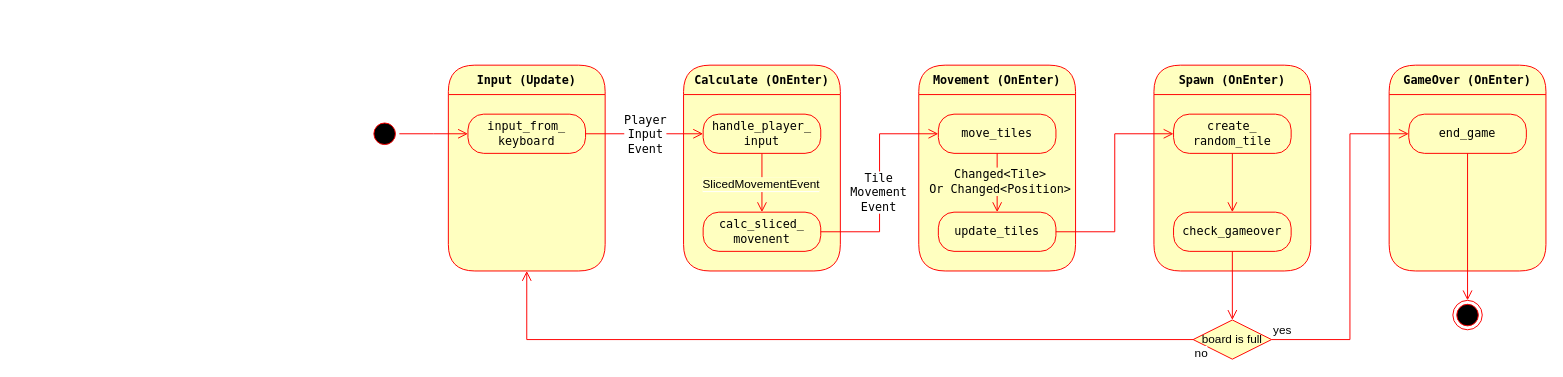
Earlier version of the draw.io diagram fig/bevy2048_states.drawio (dragoon8192/bevy_2048). Source tidied: cells renumbered, new cells numbered last; positions are measured from the earlier drawing's top-left corner, leaving out a move shared by most shapes. Both pictures are drawn from the tidied source at 98%, with x=0, y=0 at pixel (369, 65).
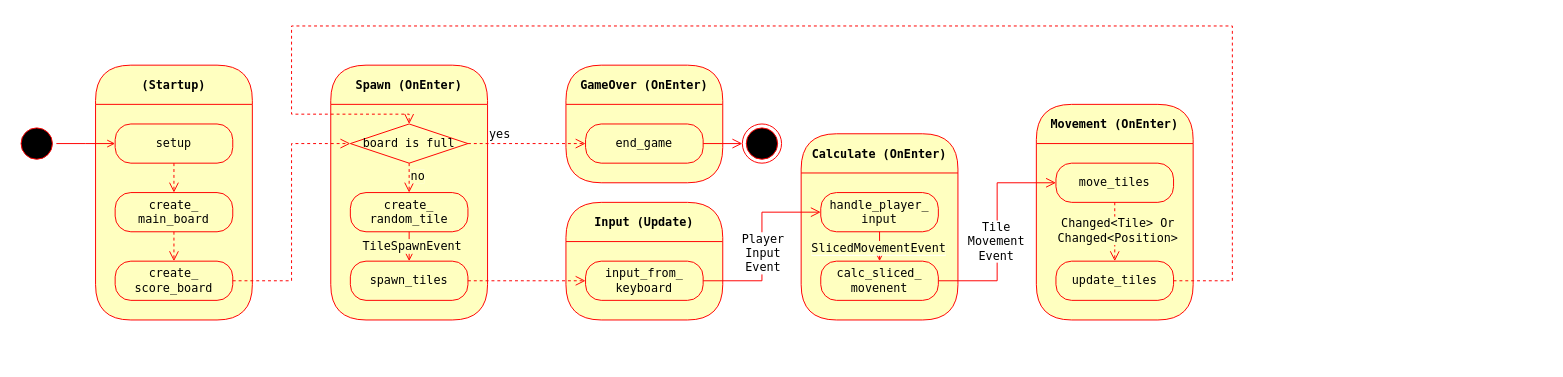
Above is the later version.

Commit message:
bevy2048_states.drawio を更新します

Diff of the diagram source:
```diff
@@
-    <mxCell id="2" value="GameOver (OnEnter)" style="swimlane;fontStyle=1;align=center;verticalAlign=middle;horizontal=1;startSize=30;fontColor=#000000;rounded=1;arcSize=30;strokeColor=#ff0000;fillColor=#ffffc0;swimlaneFillColor=#ffffc0;fontFamily=Lucida Console;" parent="1" vertex="1">
-      <mxGeometry x="1040" width="160" height="210" as="geometry" />
-    </mxCell>
-    <mxCell id="3" value="Spawn (OnEnter)" style="swimlane;fontStyle=1;align=center;verticalAlign=middle;horizontal=1;startSize=30;fontColor=#000000;rounded=1;arcSize=30;strokeColor=#ff0000;fillColor=#ffffc0;swimlaneFillColor=#ffffc0;fontFamily=Lucida Console;" parent="1" vertex="1">
-      <mxGeometry x="800" width="160" height="210" as="geometry" />
-    </mxCell>
-    <mxCell id="4" value="Movement (OnEnter)" style="swimlane;fontStyle=1;align=center;verticalAlign=middle;horizontal=1;startSize=30;fontColor=#000000;rounded=1;arcSize=30;strokeColor=#ff0000;fillColor=#ffffc0;swimlaneFillColor=#ffffc0;fontFamily=Lucida Console;" parent="1" vertex="1">
-      <mxGeometry x="560" width="160" height="210" as="geometry" />
-    </mxCell>
-    <mxCell id="5" value="Calculate (OnEnter)" style="swimlane;fontStyle=1;align=center;verticalAlign=middle;horizontal=1;startSize=30;fontColor=#000000;rounded=1;arcSize=30;strokeColor=#ff0000;fillColor=#ffffc0;swimlaneFillColor=#ffffc0;fontFamily=Lucida Console;" parent="1" vertex="1">
-      <mxGeometry x="320" width="160" height="210" as="geometry" />
-    </mxCell>
+    <mxCell id="33" style="group;" parent="1" vertex="1">
+      <mxGeometry x="200" y="140" width="160" height="120" as="geometry" />
+    </mxCell>
-    <mxCell id="6" value="Input (Update)" style="swimlane;fontStyle=1;align=center;verticalAlign=middle;horizontal=1;startSize=30;fontColor=#000000;rounded=1;arcSize=30;strokeColor=#ff0000;fillColor=#ffffc0;swimlaneFillColor=#ffffc0;fontFamily=Lucida Console;" parent="1" vertex="1">
-      <mxGeometry x="80" width="160" height="210" as="geometry" />
+    <mxCell id="6" value="Input (Update)" style="swimlane;fontStyle=1;align=center;verticalAlign=middle;horizontal=1;startSize=40;fontColor=#000000;rounded=1;arcSize=30;strokeColor=#ff0000;fillColor=#ffffc0;swimlaneFillColor=#ffffc0;fontFamily=Lucida Console;" parent="33" vertex="1">
+      <mxGeometry width="160" height="120" as="geometry" />
     </mxCell>
-    <mxCell id="7" value="input_from_&lt;br&gt;keyboard" style="rounded=1;whiteSpace=wrap;html=1;arcSize=40;fontColor=#000000;fillColor=#ffffc0;strokeColor=#ff0000;fontFamily=Lucida Console;" parent="1" vertex="1">
-      <mxGeometry x="100" y="50" width="120" height="40" as="geometry" />
+    <mxCell id="7" value="input_from_&lt;br&gt;keyboard" style="rounded=1;whiteSpace=wrap;html=1;arcSize=40;fontColor=#000000;fillColor=#ffffc0;strokeColor=#ff0000;fontFamily=Lucida Console;" parent="33" vertex="1">
+      <mxGeometry x="20" y="60" width="120" height="40" as="geometry" />
     </mxCell>
-    <mxCell id="8" style="edgeStyle=orthogonalEdgeStyle;html=1;verticalAlign=bottom;endArrow=open;endSize=8;strokeColor=#ff0000;rounded=0;fontSize=12;" parent="1" edge="1" source="7" target="10">
-      <mxGeometry relative="1" as="geometry" />
-    </mxCell>
-    <mxCell id="9" value="Player&lt;br&gt;Input&lt;br&gt;Event" style="edgeLabel;html=1;align=center;verticalAlign=middle;fontSize=12;fontFamily=Lucida Console;" parent="8" vertex="1">
-      <mxGeometry x="-0.1" y="1" relative="1" as="geometry">
-        <mxPoint x="6" y="1" as="offset" />
-      </mxGeometry>
-    </mxCell>
+    <mxCell id="34" style="edgeStyle=none;curved=1;rounded=0;orthogonalLoop=1;jettySize=auto;html=1;exitX=0.5;exitY=0;exitDx=0;exitDy=0;fontSize=12;startSize=8;endSize=8;fontFamily=Lucida Console;" parent="33" edge="1" source="6" target="6">
+      <mxGeometry relative="1" as="geometry" />
+    </mxCell>
+    <mxCell id="35" style="group;" parent="1" vertex="1">
+      <mxGeometry x="440" y="70" width="160" height="190" as="geometry" />
+    </mxCell>
+    <mxCell id="5" value="Calculate (OnEnter)" style="swimlane;fontStyle=1;align=center;verticalAlign=middle;horizontal=1;startSize=40;fontColor=#000000;rounded=1;arcSize=30;strokeColor=#ff0000;fillColor=#ffffc0;swimlaneFillColor=#ffffc0;fontFamily=Lucida Console;" parent="35" vertex="1">
+      <mxGeometry width="160" height="190" as="geometry" />
+    </mxCell>
-    <mxCell id="10" value="handle_player_&lt;br&gt;input" style="rounded=1;whiteSpace=wrap;html=1;arcSize=40;fontColor=#000000;fillColor=#ffffc0;strokeColor=#ff0000;fontFamily=Lucida Console;" parent="1" vertex="1">
-      <mxGeometry x="340" y="50" width="120" height="40" as="geometry" />
+    <mxCell id="10" value="handle_player_&lt;br&gt;input" style="rounded=1;whiteSpace=wrap;html=1;arcSize=40;fontColor=#000000;fillColor=#ffffc0;strokeColor=#ff0000;fontFamily=Lucida Console;" parent="35" vertex="1">
+      <mxGeometry x="20" y="60" width="120" height="40" as="geometry" />
     </mxCell>
-    <mxCell id="11" style="edgeStyle=orthogonalEdgeStyle;html=1;verticalAlign=bottom;endArrow=open;endSize=8;strokeColor=#ff0000;rounded=0;fontSize=12;" parent="1" edge="1" source="10" target="13">
+    <mxCell id="11" style="edgeStyle=orthogonalEdgeStyle;html=1;verticalAlign=bottom;endArrow=open;endSize=8;strokeColor=#ff0000;rounded=0;fontSize=12;fontFamily=Lucida Console;" parent="35" edge="1" source="10" target="13">
       <mxGeometry relative="1" as="geometry" />
     </mxCell>
-    <mxCell id="12" value="&lt;span style=&quot;background-color: rgb(255, 255, 192);&quot;&gt;SlicedMovementEvent&lt;/span&gt;" style="edgeLabel;html=1;align=center;verticalAlign=middle;fontSize=12;swimlaneFillColor=#ffffff;" parent="11" vertex="1">
+    <mxCell id="12" value="&lt;span style=&quot;background-color: rgb(255, 255, 192);&quot;&gt;SlicedMovementEvent&lt;/span&gt;" style="edgeLabel;html=1;align=center;verticalAlign=middle;fontSize=12;swimlaneFillColor=#ffffff;fontFamily=Lucida Console;" parent="11" vertex="1">
       <mxGeometry x="0.04" y="-2" relative="1" as="geometry" />
     </mxCell>
-    <mxCell id="13" value="calc_sliced_&lt;br&gt;movenent" style="rounded=1;whiteSpace=wrap;html=1;arcSize=40;fontColor=#000000;fillColor=#ffffc0;strokeColor=#ff0000;fontFamily=Lucida Console;" parent="1" vertex="1">
-      <mxGeometry x="340" y="150" width="120" height="40" as="geometry" />
+    <mxCell id="13" value="calc_sliced_&lt;br&gt;movenent" style="rounded=1;whiteSpace=wrap;html=1;arcSize=40;fontColor=#000000;fillColor=#ffffc0;strokeColor=#ff0000;fontFamily=Lucida Console;" parent="35" vertex="1">
+      <mxGeometry x="20" y="130" width="120" height="40" as="geometry" />
     </mxCell>
+    <mxCell id="36" style="group;fontFamily=Lucida Console;" parent="1" vertex="1">
+      <mxGeometry x="200" width="160" height="120" as="geometry" />
+    </mxCell>
+    <mxCell id="2" value="GameOver (OnEnter)" style="swimlane;fontStyle=1;align=center;verticalAlign=middle;horizontal=1;startSize=40;fontColor=#000000;rounded=1;arcSize=30;strokeColor=#ff0000;fillColor=#ffffc0;swimlaneFillColor=#ffffc0;fontFamily=Lucida Console;" parent="36" vertex="1">
+      <mxGeometry width="160" height="120" as="geometry" />
+    </mxCell>
+    <mxCell id="28" value="end_game" style="rounded=1;whiteSpace=wrap;html=1;arcSize=40;fontColor=#000000;fillColor=#ffffc0;strokeColor=#ff0000;fontFamily=Lucida Console;" parent="36" vertex="1">
+      <mxGeometry x="20" y="60" width="120" height="40" as="geometry" />
+    </mxCell>
+    <mxCell id="37" style="group;fontFamily=Lucida Console;" parent="1" vertex="1">
+      <mxGeometry x="-40" width="160" height="260" as="geometry" />
+    </mxCell>
+    <mxCell id="3" value="Spawn (OnEnter)" style="swimlane;fontStyle=1;align=center;verticalAlign=middle;horizontal=1;startSize=40;fontColor=#000000;rounded=1;arcSize=30;strokeColor=#ff0000;fillColor=#ffffc0;swimlaneFillColor=#ffffc0;fontFamily=Lucida Console;" parent="37" vertex="1">
+      <mxGeometry width="160" height="260" as="geometry" />
+    </mxCell>
+    <mxCell id="21" value="create_&lt;br&gt;random_tile" style="rounded=1;whiteSpace=wrap;html=1;arcSize=40;fontColor=#000000;fillColor=#ffffc0;strokeColor=#ff0000;fontFamily=Lucida Console;" parent="37" vertex="1">
+      <mxGeometry x="20" y="130" width="120" height="40" as="geometry" />
+    </mxCell>
+    <mxCell id="25" value="board is full" style="rhombus;whiteSpace=wrap;html=1;fontColor=#000000;fillColor=#ffffc0;strokeColor=#ff0000;fontFamily=Lucida Console;" parent="37" vertex="1">
+      <mxGeometry x="20" y="60" width="120" height="40" as="geometry" />
+    </mxCell>
+    <mxCell id="27" value="&lt;span style=&quot;background-color: rgb(255, 255, 192);&quot;&gt;no&lt;/span&gt;" style="edgeStyle=orthogonalEdgeStyle;html=1;align=left;verticalAlign=top;endArrow=open;endSize=8;strokeColor=#ff0000;rounded=0;fontSize=12;dashed=1;fontFamily=Lucida Console;" parent="37" edge="1" source="25" target="21">
+      <mxGeometry x="-1" relative="1" as="geometry" />
+    </mxCell>
+    <mxCell id="38" value="spawn_tiles" style="rounded=1;whiteSpace=wrap;html=1;arcSize=40;fontColor=#000000;fillColor=#ffffc0;strokeColor=#ff0000;fontFamily=Lucida Console;" parent="37" vertex="1">
+      <mxGeometry x="20" y="200" width="120" height="40" as="geometry" />
+    </mxCell>
+    <mxCell id="39" style="edgeStyle=orthogonalEdgeStyle;html=1;verticalAlign=bottom;endArrow=open;endSize=8;strokeColor=#ff0000;rounded=0;fontSize=12;exitX=0.5;exitY=1;exitDx=0;exitDy=0;fontFamily=Lucida Console;" parent="37" edge="1" source="21" target="38">
+      <mxGeometry relative="1" as="geometry" />
+    </mxCell>
+    <mxCell id="40" value="&lt;font&gt;TileSpawnEvent&lt;/font&gt;" style="edgeLabel;html=1;align=center;verticalAlign=middle;fontSize=12;labelBackgroundColor=#ffffc0;fontFamily=Lucida Console;" parent="39" vertex="1">
+      <mxGeometry x="-0.08" y="2" relative="1" as="geometry" />
+    </mxCell>
+    <mxCell id="41" style="group;fontFamily=Lucida Console;" parent="1" vertex="1">
+      <mxGeometry x="-280" width="160" height="260" as="geometry" />
+    </mxCell>
+    <mxCell id="42" value="(Startup)" style="swimlane;fontStyle=1;align=center;verticalAlign=middle;horizontal=1;startSize=40;fontColor=#000000;rounded=1;arcSize=30;strokeColor=#ff0000;fillColor=#ffffc0;swimlaneFillColor=#ffffc0;fontFamily=Lucida Console;" parent="41" vertex="1">
+      <mxGeometry width="160" height="260" as="geometry" />
+    </mxCell>
+    <mxCell id="43" value="setup" style="rounded=1;whiteSpace=wrap;html=1;arcSize=40;fontColor=#000000;fillColor=#ffffc0;strokeColor=#ff0000;fontFamily=Lucida Console;" parent="41" vertex="1">
+      <mxGeometry x="20" y="60" width="120" height="40" as="geometry" />
+    </mxCell>
+    <mxCell id="44" style="edgeStyle=orthogonalEdgeStyle;html=1;verticalAlign=bottom;endArrow=open;endSize=8;strokeColor=#ff0000;rounded=0;fontSize=12;dashed=1;fontFamily=Lucida Console;" parent="41" edge="1" source="43" target="45">
+      <mxGeometry relative="1" as="geometry" />
+    </mxCell>
+    <mxCell id="45" value="create_&lt;br&gt;main_board" style="rounded=1;whiteSpace=wrap;html=1;arcSize=40;fontColor=#000000;fillColor=#ffffc0;strokeColor=#ff0000;fontFamily=Lucida Console;" parent="41" vertex="1">
+      <mxGeometry x="20" y="130" width="120" height="40" as="geometry" />
+    </mxCell>
+    <mxCell id="46" style="edgeStyle=orthogonalEdgeStyle;html=1;verticalAlign=bottom;endArrow=open;endSize=8;strokeColor=#ff0000;rounded=0;fontSize=12;dashed=1;fontFamily=Lucida Console;" parent="41" edge="1" source="45" target="47">
+      <mxGeometry relative="1" as="geometry" />
+    </mxCell>
+    <mxCell id="47" value="create_&lt;br&gt;score_board" style="rounded=1;whiteSpace=wrap;html=1;arcSize=40;fontColor=#000000;fillColor=#ffffc0;strokeColor=#ff0000;fontFamily=Lucida Console;" parent="41" vertex="1">
+      <mxGeometry x="20" y="200" width="120" height="40" as="geometry" />
+    </mxCell>
+    <mxCell id="4" value="Movement (OnEnter)" style="swimlane;fontStyle=1;align=center;verticalAlign=middle;horizontal=1;startSize=40;fontColor=#000000;rounded=1;arcSize=30;strokeColor=#ff0000;fillColor=#ffffc0;swimlaneFillColor=#ffffc0;fontFamily=Lucida Console;" parent="1" vertex="1">
+      <mxGeometry x="680" y="40" width="160" height="220" as="geometry" />
+    </mxCell>
+    <mxCell id="8" style="edgeStyle=elbowEdgeStyle;html=1;verticalAlign=bottom;endArrow=open;endSize=8;strokeColor=#ff0000;rounded=0;fontSize=12;fontFamily=Lucida Console;" parent="1" edge="1" source="7" target="10">
+      <mxGeometry relative="1" as="geometry" />
+    </mxCell>
+    <mxCell id="9" value="Player&lt;br&gt;Input&lt;br&gt;Event" style="edgeLabel;html=1;align=center;verticalAlign=middle;fontSize=12;fontFamily=Lucida Console;" parent="8" vertex="1">
+      <mxGeometry x="-0.1" y="1" relative="1" as="geometry">
+        <mxPoint x="1" y="-3" as="offset" />
+      </mxGeometry>
+    </mxCell>
-    <mxCell id="14" style="edgeStyle=orthogonalEdgeStyle;html=1;verticalAlign=bottom;endArrow=open;endSize=8;strokeColor=#ff0000;rounded=0;fontSize=12;" parent="1" edge="1" source="13" target="16">
-      <mxGeometry relative="1" as="geometry">
-        <Array as="points">
-          <mxPoint x="520" y="170" />
-          <mxPoint x="520" y="70" />
-        </Array>
-      </mxGeometry>
+    <mxCell id="14" style="html=1;verticalAlign=bottom;endArrow=open;endSize=8;strokeColor=#ff0000;rounded=0;fontSize=12;edgeStyle=elbowEdgeStyle;fontFamily=Lucida Console;" parent="1" edge="1" source="13" target="16">
+      <mxGeometry relative="1" as="geometry" />
     </mxCell>
-    <mxCell id="15" value="&lt;font face=&quot;Lucida Console&quot;&gt;Tile&lt;br&gt;Movement&lt;br&gt;Event&lt;br&gt;&lt;/font&gt;" style="edgeLabel;html=1;align=center;verticalAlign=middle;fontSize=12;" parent="14" vertex="1">
+    <mxCell id="15" value="&lt;font&gt;Tile&lt;br&gt;Movement&lt;br&gt;Event&lt;br&gt;&lt;/font&gt;" style="edgeLabel;html=1;align=center;verticalAlign=middle;fontSize=12;fontFamily=Lucida Console;" parent="14" vertex="1">
       <mxGeometry x="-0.08" y="2" relative="1" as="geometry" />
     </mxCell>
     <mxCell id="16" value="move_tiles" style="rounded=1;whiteSpace=wrap;html=1;arcSize=40;fontColor=#000000;fillColor=#ffffc0;strokeColor=#ff0000;fontFamily=Lucida Console;" parent="1" vertex="1">
-      <mxGeometry x="580" y="50" width="120" height="40" as="geometry" />
+      <mxGeometry x="700" y="100" width="120" height="40" as="geometry" />
     </mxCell>
-    <mxCell id="17" style="edgeStyle=orthogonalEdgeStyle;html=1;verticalAlign=bottom;endArrow=open;endSize=8;strokeColor=#ff0000;rounded=0;fontSize=12;" parent="1" edge="1" source="16" target="19">
+    <mxCell id="17" style="edgeStyle=orthogonalEdgeStyle;html=1;verticalAlign=bottom;endArrow=open;endSize=8;strokeColor=#ff0000;rounded=0;fontSize=12;fontFamily=Lucida Console;dashed=1;" parent="1" edge="1" source="16" target="19">
       <mxGeometry relative="1" as="geometry" />
     </mxCell>
-    <mxCell id="18" value="&lt;font face=&quot;Lucida Console&quot;&gt;Changed&amp;lt;Tile&amp;gt;&lt;br&gt;Or Changed&amp;lt;Position&amp;gt;&lt;br&gt;&lt;/font&gt;" style="edgeLabel;html=1;align=center;verticalAlign=middle;fontSize=12;labelBackgroundColor=#ffffc0;" parent="17" vertex="1">
+    <mxCell id="18" value="&lt;font&gt;Changed&amp;lt;Tile&amp;gt; Or&lt;br&gt;Changed&amp;lt;Position&amp;gt;&lt;br&gt;&lt;/font&gt;" style="edgeLabel;html=1;align=center;verticalAlign=middle;fontSize=12;labelBackgroundColor=#ffffc0;fontFamily=Lucida Console;" parent="17" vertex="1">
       <mxGeometry x="-0.08" y="2" relative="1" as="geometry" />
     </mxCell>
     <mxCell id="19" value="update_tiles" style="rounded=1;whiteSpace=wrap;html=1;arcSize=40;fontColor=#000000;fillColor=#ffffc0;strokeColor=#ff0000;fontFamily=Lucida Console;" parent="1" vertex="1">
-      <mxGeometry x="580" y="150" width="120" height="40" as="geometry" />
+      <mxGeometry x="700" y="200" width="120" height="40" as="geometry" />
     </mxCell>
-    <mxCell id="20" style="edgeStyle=orthogonalEdgeStyle;html=1;verticalAlign=bottom;endArrow=open;endSize=8;strokeColor=#ff0000;rounded=0;fontSize=12;entryX=0;entryY=0.5;entryDx=0;entryDy=0;" parent="1" edge="1" source="19" target="21">
-      <mxGeometry relative="1" as="geometry" />
-    </mxCell>
-    <mxCell id="21" value="create_&lt;br&gt;random_tile" style="rounded=1;whiteSpace=wrap;html=1;arcSize=40;fontColor=#000000;fillColor=#ffffc0;strokeColor=#ff0000;fontFamily=Lucida Console;" parent="1" vertex="1">
-      <mxGeometry x="820" y="50" width="120" height="40" as="geometry" />
-    </mxCell>
-    <mxCell id="22" style="edgeStyle=orthogonalEdgeStyle;html=1;verticalAlign=bottom;endArrow=open;endSize=8;strokeColor=#ff0000;rounded=0;fontSize=12;" parent="1" edge="1" source="21" target="23">
-      <mxGeometry relative="1" as="geometry" />
-    </mxCell>
-    <mxCell id="23" value="check_gameover" style="rounded=1;whiteSpace=wrap;html=1;arcSize=40;fontColor=#000000;fillColor=#ffffc0;strokeColor=#ff0000;fontFamily=Lucida Console;" parent="1" vertex="1">
-      <mxGeometry x="820" y="150" width="120" height="40" as="geometry" />
-    </mxCell>
-    <mxCell id="24" style="edgeStyle=orthogonalEdgeStyle;html=1;verticalAlign=bottom;endArrow=open;endSize=8;strokeColor=#ff0000;rounded=0;fontSize=12;entryX=0.5;entryY=0;entryDx=0;entryDy=0;" parent="1" edge="1" source="23" target="25">
-      <mxGeometry relative="1" as="geometry" />
-    </mxCell>
-    <mxCell id="25" value="board is full" style="rhombus;whiteSpace=wrap;html=1;fontColor=#000000;fillColor=#ffffc0;strokeColor=#ff0000;" parent="1" vertex="1">
-      <mxGeometry x="840" y="260" width="80" height="40" as="geometry" />
-    </mxCell>
-    <mxCell id="26" value="yes" style="edgeStyle=orthogonalEdgeStyle;html=1;align=left;verticalAlign=bottom;endArrow=open;endSize=8;strokeColor=#ff0000;rounded=0;fontSize=12;entryX=0;entryY=0.5;entryDx=0;entryDy=0;" parent="1" edge="1" source="25" target="28">
-      <mxGeometry x="-1" relative="1" as="geometry">
-        <Array as="points">
-          <mxPoint x="1000" y="280" />
-          <mxPoint x="1000" y="70" />
-        </Array>
-      </mxGeometry>
+    <mxCell id="26" value="&lt;span style=&quot;&quot;&gt;yes&lt;/span&gt;" style="html=1;align=left;verticalAlign=bottom;endArrow=open;endSize=8;strokeColor=#ff0000;rounded=0;fontSize=12;dashed=1;edgeStyle=elbowEdgeStyle;labelBackgroundColor=none;fontFamily=Lucida Console;" parent="1" edge="1" source="25" target="28">
+      <mxGeometry x="-0.67" relative="1" as="geometry" />
     </mxCell>
-    <mxCell id="27" value="no" style="edgeStyle=orthogonalEdgeStyle;html=1;align=left;verticalAlign=top;endArrow=open;endSize=8;strokeColor=#ff0000;rounded=0;fontSize=12;entryX=0.5;entryY=1;entryDx=0;entryDy=0;" parent="1" edge="1" source="25" target="6">
-      <mxGeometry x="-1" relative="1" as="geometry" />
-    </mxCell>
-    <mxCell id="28" value="end_game" style="rounded=1;whiteSpace=wrap;html=1;arcSize=40;fontColor=#000000;fillColor=#ffffc0;strokeColor=#ff0000;fontFamily=Lucida Console;" parent="1" vertex="1">
-      <mxGeometry x="1060" y="50" width="120" height="40" as="geometry" />
-    </mxCell>
-    <mxCell id="29" style="edgeStyle=orthogonalEdgeStyle;html=1;verticalAlign=bottom;endArrow=open;endSize=8;strokeColor=#ff0000;rounded=0;fontSize=12;entryX=0.5;entryY=0;entryDx=0;entryDy=0;" parent="1" edge="1" source="28" target="30">
+    <mxCell id="29" style="html=1;verticalAlign=bottom;endArrow=open;endSize=8;strokeColor=#ff0000;rounded=0;fontSize=12;fontFamily=Lucida Console;edgeStyle=elbowEdgeStyle;" parent="1" edge="1" source="28" target="30">
       <mxGeometry relative="1" as="geometry" />
     </mxCell>
-    <mxCell id="30" style="ellipse;html=1;shape=endState;fillColor=#000000;strokeColor=#ff0000;" parent="1" vertex="1">
-      <mxGeometry x="1105" y="240" width="30" height="30" as="geometry" />
+    <mxCell id="30" style="ellipse;html=1;shape=endState;fillColor=#000000;strokeColor=#ff0000;fontFamily=Lucida Console;" parent="1" vertex="1">
+      <mxGeometry x="380" y="60" width="40" height="40" as="geometry" />
     </mxCell>
-    <mxCell id="31" style="ellipse;html=1;shape=startState;fillColor=#000000;strokeColor=#ff0000;" parent="1" vertex="1">
-      <mxGeometry y="55" width="30" height="30" as="geometry" />
+    <mxCell id="31" style="ellipse;html=1;shape=startState;fillColor=#000000;strokeColor=#ff0000;fontFamily=Lucida Console;" parent="1" vertex="1">
+      <mxGeometry x="-360" y="60" width="40" height="40" as="geometry" />
     </mxCell>
-    <mxCell id="32" style="edgeStyle=orthogonalEdgeStyle;html=1;verticalAlign=bottom;endArrow=open;endSize=8;strokeColor=#ff0000;rounded=0;fontSize=12;" parent="1" edge="1" source="31">
-      <mxGeometry relative="1" as="geometry">
-        <mxPoint x="100" y="70" as="targetPoint" />
-      </mxGeometry>
+    <mxCell id="32" style="html=1;verticalAlign=bottom;endArrow=open;strokeColor=#ff0000;rounded=0;fontSize=12;edgeStyle=elbowEdgeStyle;fontFamily=Lucida Console;" parent="1" edge="1" source="31" target="43">
+      <mxGeometry relative="1" as="geometry" />
     </mxCell>
+    <mxCell id="48" style="edgeStyle=elbowEdgeStyle;html=1;verticalAlign=bottom;endArrow=open;endSize=8;strokeColor=#ff0000;rounded=0;fontSize=12;dashed=1;fontFamily=Lucida Console;" parent="1" edge="1" source="47" target="25">
+      <mxGeometry relative="1" as="geometry" />
+    </mxCell>
+    <mxCell id="49" style="edgeStyle=orthogonalEdgeStyle;html=1;verticalAlign=bottom;endArrow=open;endSize=8;strokeColor=#ff0000;rounded=0;fontSize=12;dashed=1;fontFamily=Lucida Console;" parent="1" edge="1" source="38" target="7">
+      <mxGeometry relative="1" as="geometry" />
+    </mxCell>
+    <mxCell id="50" style="edgeStyle=orthogonalEdgeStyle;html=1;verticalAlign=bottom;endArrow=open;endSize=8;strokeColor=#ff0000;rounded=0;fontSize=12;dashed=1;fontFamily=Lucida Console;" parent="1" edge="1" source="19" target="25">
+      <mxGeometry relative="1" as="geometry">
+        <Array as="points">
+          <mxPoint x="880" y="220" />
+          <mxPoint x="880" y="-40" />
+          <mxPoint x="-80" y="-40" />
+          <mxPoint x="-80" y="50" />
+          <mxPoint x="40" y="50" />
+        </Array>
+      </mxGeometry>
+    </mxCell>
```
